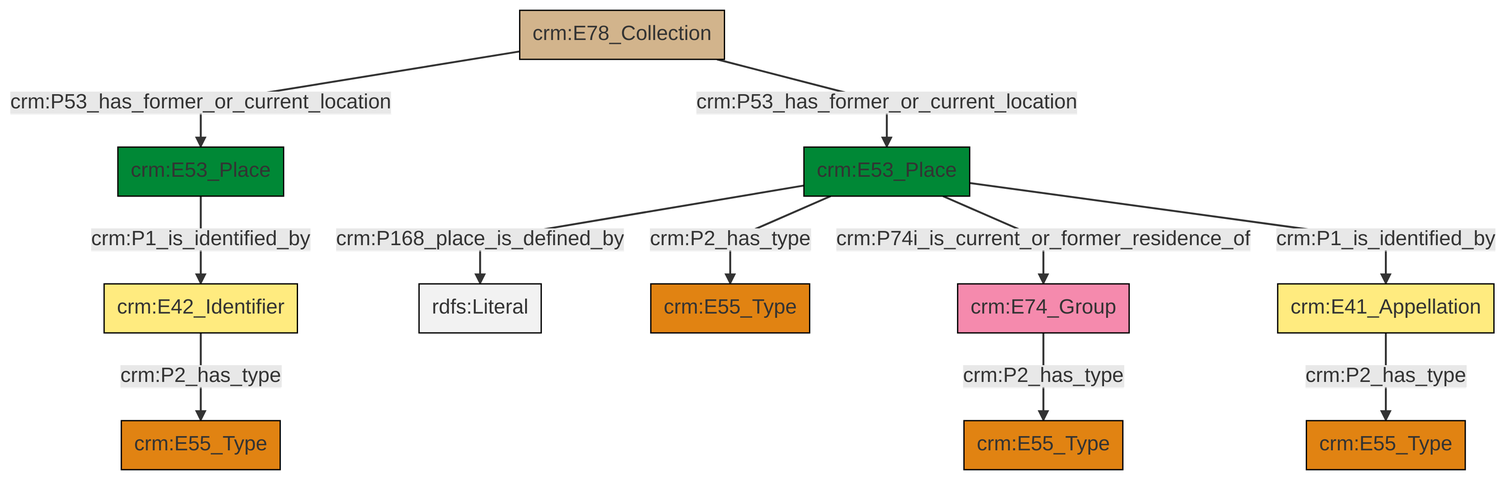
This is et/archivalCSV/ttl/mmd/png/archival_location.png from swiss-art-research-net/docs.swissartresearch, a Mermaid export, as it was before one commit. Its source is kept beside it as et/archivalCSV/ttl/mmd/archival_location.ttl.mmd.
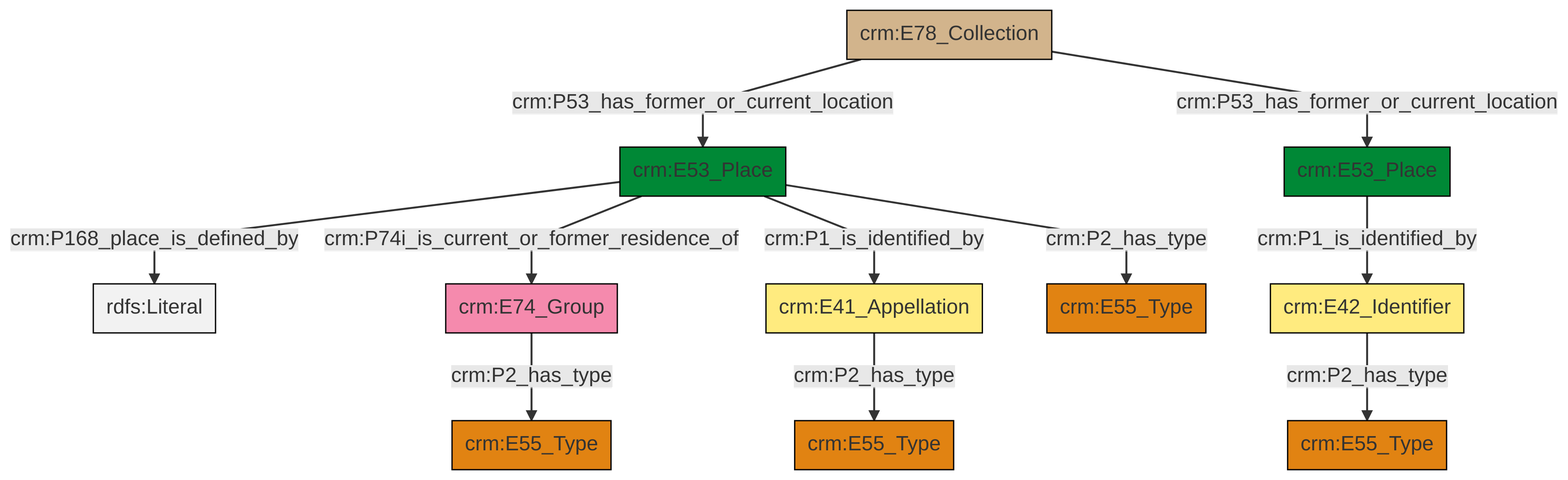
The same file after the commit.

Change to the diagram source:
```diff
@@ -13,13 +13,13 @@
 classDef PC_Classes fill:#4ce600, stroke:#000000;
 classDef Multi fill:#cccccc,stroke:#000000;
 
-6["crm:E53_Place"]:::Place -->|crm:P168_place_is_defined_by| 7[rdfs:Literal]:::Literal
-6["crm:E53_Place"]:::Place -->|crm:P74i_is_current_or_former_residence_of| 10["crm:E74_Group"]:::Actor
-2["crm:E78_Collection"]:::Physical_Thing -->|crm:P53_has_former_or_current_location| 13["crm:E53_Place"]:::Place
-10["crm:E74_Group"]:::Actor -->|crm:P2_has_type| 4["crm:E55_Type"]:::Type
-6["crm:E53_Place"]:::Place -->|crm:P1_is_identified_by| 15["crm:E41_Appellation"]:::Appellation
-0["crm:E42_Identifier"]:::Appellation -->|crm:P2_has_type| 11["crm:E55_Type"]:::Type
-13["crm:E53_Place"]:::Place -->|crm:P1_is_identified_by| 0["crm:E42_Identifier"]:::Appellation
-2["crm:E78_Collection"]:::Physical_Thing -->|crm:P53_has_former_or_current_location| 6["crm:E53_Place"]:::Place
-15["crm:E41_Appellation"]:::Appellation -->|crm:P2_has_type| 21["crm:E55_Type"]:::Type
-6["crm:E53_Place"]:::Place -->|crm:P2_has_type| 8["crm:E55_Type"]:::Type
+0["crm:E53_Place"]:::Place -->|crm:P168_place_is_defined_by| 1[rdfs:Literal]:::Literal
+2["crm:E74_Group"]:::Actor -->|crm:P2_has_type| 3["crm:E55_Type"]:::Type
+0["crm:E53_Place"]:::Place -->|crm:P74i_is_current_or_former_residence_of| 2["crm:E74_Group"]:::Actor
+0["crm:E53_Place"]:::Place -->|crm:P1_is_identified_by| 11["crm:E41_Appellation"]:::Appellation
+14["crm:E78_Collection"]:::Physical_Thing -->|crm:P53_has_former_or_current_location| 0["crm:E53_Place"]:::Place
+14["crm:E78_Collection"]:::Physical_Thing -->|crm:P53_has_former_or_current_location| 17["crm:E53_Place"]:::Place
+9["crm:E42_Identifier"]:::Appellation -->|crm:P2_has_type| 19["crm:E55_Type"]:::Type
+11["crm:E41_Appellation"]:::Appellation -->|crm:P2_has_type| 5["crm:E55_Type"]:::Type
+17["crm:E53_Place"]:::Place -->|crm:P1_is_identified_by| 9["crm:E42_Identifier"]:::Appellation
+0["crm:E53_Place"]:::Place -->|crm:P2_has_type| 12["crm:E55_Type"]:::Type
```
